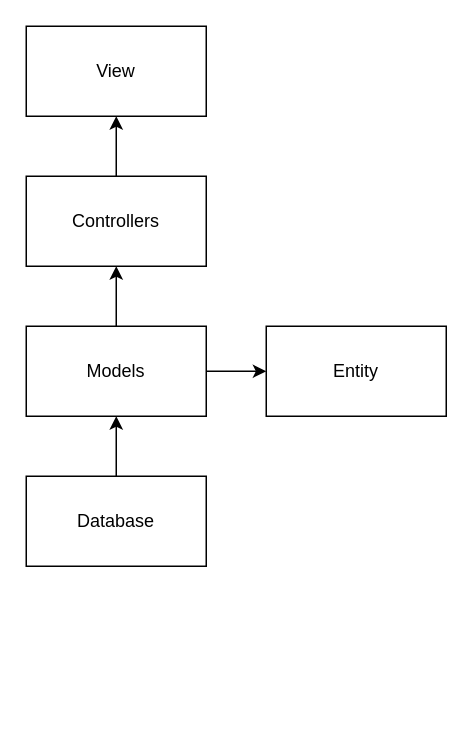
Above: Labo02/docs/logic_layer.drawio in JuilletMikael/Labs (draw.io), before the change. Source tidied: cells renumbered, new cells numbered last; positions are measured from the earlier drawing's top-left corner, leaving out a move shared by most shapes. Both pictures are drawn from the tidied source at 150%, with x=0, y=0 at pixel (26, 26).
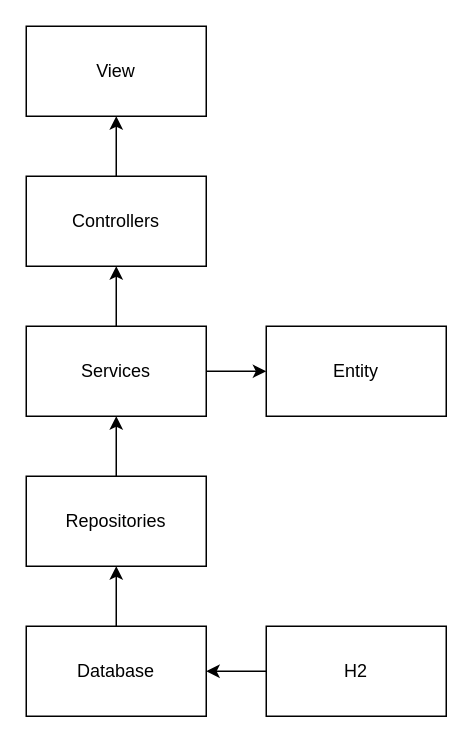
The same page after the edit.

The edit, as a diff of the source:
```diff
@@
 <mxGraphModel>
   <root>
     <mxCell id="0" />
     <mxCell id="1" parent="0" />
-    <mxCell id="2" style="edgeStyle=orthogonalEdgeStyle;rounded=0;jettySize=auto;html=1;" parent="1" edge="1" source="3" target="6">
+    <mxCell id="2" style="edgeStyle=orthogonalEdgeStyle;rounded=0;jettySize=auto;html=1;exitX=0.5;exitY=0;exitDx=0;exitDy=0;" parent="1" edge="1" source="14" target="6">
       <mxGeometry relative="1" as="geometry" />
     </mxCell>
+    <mxCell id="11" style="edgeStyle=orthogonalEdgeStyle;rounded=0;jettySize=auto;html=1;exitX=0.5;exitY=0;exitDx=0;exitDy=0;" parent="1" edge="1" source="3" target="14">
+      <mxGeometry relative="1" as="geometry" />
+    </mxCell>
     <mxCell id="3" value="Database" style="rounded=0;whiteSpace=wrap;html=1;" parent="1" vertex="1">
-      <mxGeometry y="300" width="120" height="60" as="geometry" />
+      <mxGeometry y="400" width="120" height="60" as="geometry" />
     </mxCell>
     <mxCell id="4" style="edgeStyle=orthogonalEdgeStyle;rounded=0;jettySize=auto;html=1;" parent="1" edge="1" source="6" target="8">
       <mxGeometry relative="1" as="geometry" />
     </mxCell>
     <mxCell id="5" style="edgeStyle=orthogonalEdgeStyle;rounded=0;jettySize=auto;html=1;" parent="1" edge="1" source="6" target="10">
       <mxGeometry relative="1" as="geometry" />
     </mxCell>
-    <mxCell id="6" value="Models" style="rounded=0;whiteSpace=wrap;html=1;" parent="1" vertex="1">
+    <mxCell id="6" value="Services" style="rounded=0;whiteSpace=wrap;html=1;" parent="1" vertex="1">
       <mxGeometry y="200" width="120" height="60" as="geometry" />
     </mxCell>
     <mxCell id="7" value="View" style="rounded=0;whiteSpace=wrap;html=1;" parent="1" vertex="1">
       <mxGeometry width="120" height="60" as="geometry" />
     </mxCell>
     <mxCell id="8" value="Entity" style="rounded=0;whiteSpace=wrap;html=1;" parent="1" vertex="1">
       <mxGeometry x="160" y="200" width="120" height="60" as="geometry" />
     </mxCell>
     <mxCell id="9" style="edgeStyle=orthogonalEdgeStyle;rounded=0;jettySize=auto;html=1;" parent="1" edge="1" source="10" target="7">
       <mxGeometry relative="1" as="geometry" />
     </mxCell>
     <mxCell id="10" value="Controllers" style="rounded=0;whiteSpace=wrap;html=1;" parent="1" vertex="1">
       <mxGeometry y="100" width="120" height="60" as="geometry" />
     </mxCell>
+    <mxCell id="12" style="edgeStyle=orthogonalEdgeStyle;rounded=0;jettySize=auto;html=1;" parent="1" edge="1" source="13" target="3">
+      <mxGeometry relative="1" as="geometry" />
+    </mxCell>
+    <mxCell id="13" value="H2" style="rounded=0;whiteSpace=wrap;html=1;" parent="1" vertex="1">
+      <mxGeometry x="160" y="400" width="120" height="60" as="geometry" />
+    </mxCell>
+    <mxCell id="14" value="Repositories" style="rounded=0;whiteSpace=wrap;html=1;" parent="1" vertex="1">
+      <mxGeometry y="300" width="120" height="60" as="geometry" />
+    </mxCell>
   </root>
 </mxGraphModel>
```
